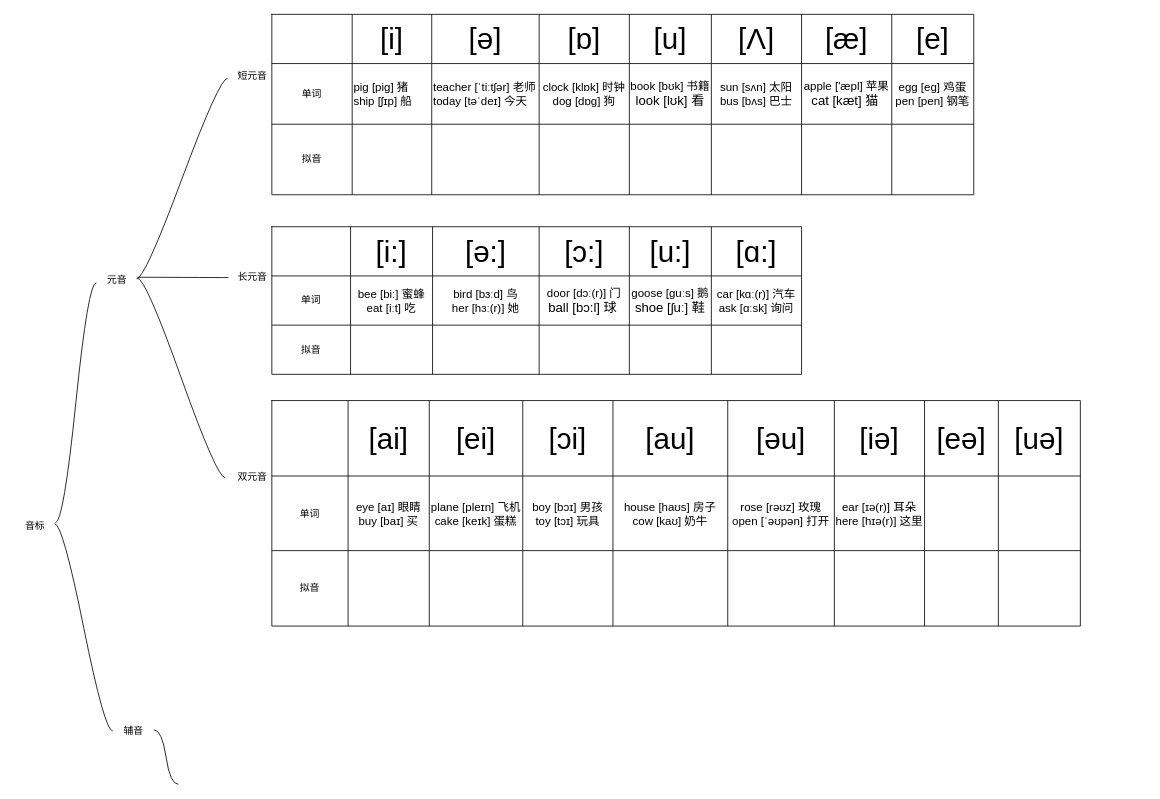
gituserc123/HelloWorld keeps this draw.io diagram as page "第 2 页" (2 of 2) of 未命名表单.drawio. Above is the earlier version. Source tidied: cells renumbered, new cells numbered last; positions are measured from the earlier drawing's top-left corner, leaving out a move shared by most shapes. Both pictures are drawn from the tidied source at 82%, with x=0, y=0 at pixel (14, 14).
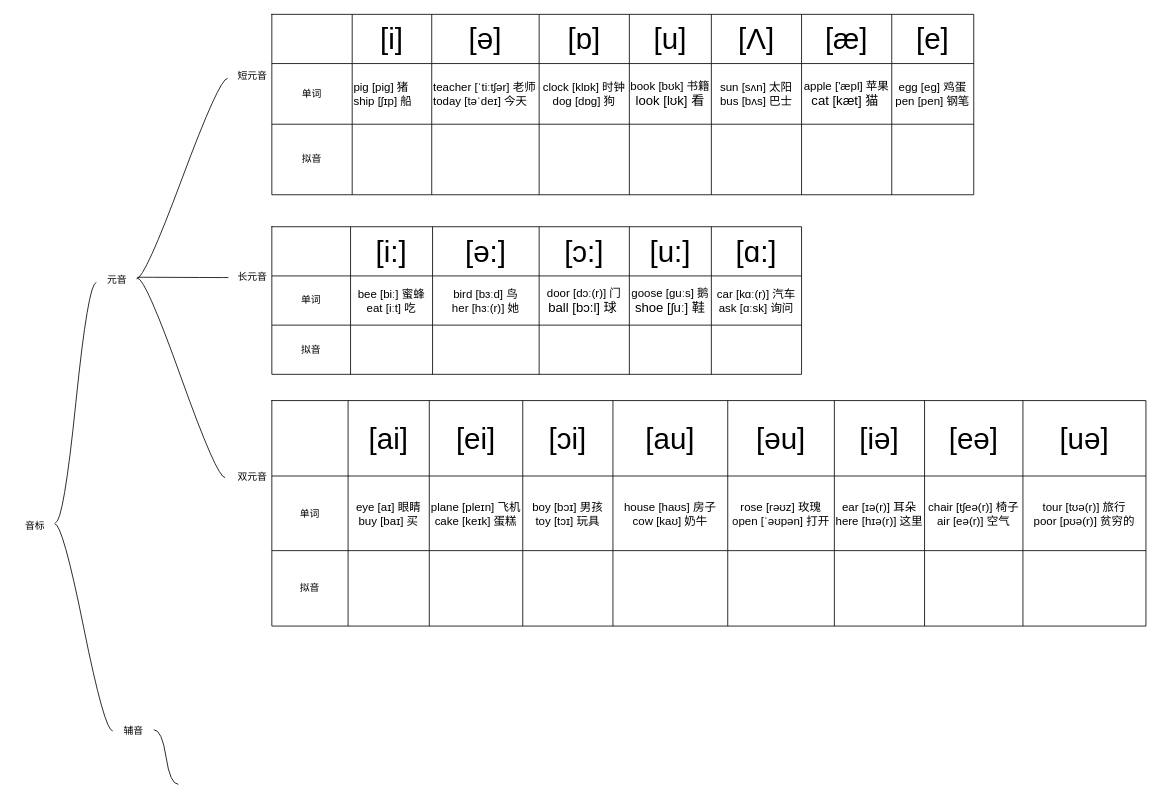
After the change.

Commit message:
更新未命名表单.drawio

What changed in the source:
```diff
@@
     <mxCell id="64" style="shape=table;startSize=0;childLayout=tableLayout;" parent="1" vertex="1">
-      <mxGeometry x="314" y="471" width="986" height="275" as="geometry" />
+      <mxGeometry x="314" y="471" width="1066" height="275" as="geometry" />
     </mxCell>
     <mxCell id="65" style="shape=tableRow;horizontal=0;startSize=0;swimlaneHead=0;swimlaneBody=0;strokeColor=inherit;top=0;left=0;bottom=0;right=0;fillColor=none;" parent="64" vertex="1">
-      <mxGeometry width="986" height="92" as="geometry" />
+      <mxGeometry width="1066" height="92" as="geometry" />
     </mxCell>
@@
     <mxCell id="73" value="&lt;font style=&quot;font-size: 36px;&quot;&gt;[eə]&lt;/font&gt;" style="shape=partialRectangle;html=1;whiteSpace=wrap;strokeColor=inherit;overflow=hidden;fillColor=none;top=0;left=0;bottom=0;right=0;" parent="65" vertex="1">
-      <mxGeometry x="796" width="90" height="92" as="geometry" />
+      <mxGeometry x="796" width="120" height="92" as="geometry" />
     </mxCell>
     <mxCell id="74" value="&lt;font style=&quot;font-size: 36px;&quot;&gt;[uə]&lt;/font&gt;" style="shape=partialRectangle;html=1;whiteSpace=wrap;strokeColor=inherit;overflow=hidden;fillColor=none;top=0;left=0;bottom=0;right=0;" parent="65" vertex="1">
-      <mxGeometry x="886" width="100" height="92" as="geometry" />
+      <mxGeometry x="916" width="150" height="92" as="geometry" />
     </mxCell>
     <mxCell id="75" style="shape=tableRow;horizontal=0;startSize=0;swimlaneHead=0;swimlaneBody=0;strokeColor=inherit;top=0;left=0;bottom=0;right=0;fillColor=none;" parent="64" vertex="1">
-      <mxGeometry y="92" width="986" height="91" as="geometry" />
+      <mxGeometry y="92" width="1066" height="91" as="geometry" />
     </mxCell>
@@
-    <mxCell id="83" style="shape=partialRectangle;html=1;whiteSpace=wrap;strokeColor=inherit;overflow=hidden;fillColor=none;top=0;left=0;bottom=0;right=0;" parent="75" vertex="1">
-      <mxGeometry x="796" width="90" height="91" as="geometry" />
+    <mxCell id="83" value="&lt;div&gt;&lt;font style=&quot;font-size: 14px;&quot;&gt;chair [tʃeə(r)] 椅子&lt;/font&gt;&lt;/div&gt;&lt;div&gt;&lt;font style=&quot;font-size: 14px;&quot;&gt;air [eə(r)] 空气&lt;/font&gt;&lt;/div&gt;" style="shape=partialRectangle;html=1;whiteSpace=wrap;strokeColor=inherit;overflow=hidden;fillColor=none;top=0;left=0;bottom=0;right=0;" parent="75" vertex="1">
+      <mxGeometry x="796" width="120" height="91" as="geometry" />
     </mxCell>
-    <mxCell id="84" style="shape=partialRectangle;html=1;whiteSpace=wrap;strokeColor=inherit;overflow=hidden;fillColor=none;top=0;left=0;bottom=0;right=0;" parent="75" vertex="1">
-      <mxGeometry x="886" width="100" height="91" as="geometry" />
+    <mxCell id="84" value="&lt;div&gt;&lt;font style=&quot;font-size: 14px;&quot;&gt;tour [tʊə(r)] 旅行&lt;/font&gt;&lt;/div&gt;&lt;div&gt;&lt;font style=&quot;font-size: 14px;&quot;&gt;poor [pʊə(r)] 贫穷的&lt;/font&gt;&lt;/div&gt;" style="shape=partialRectangle;html=1;whiteSpace=wrap;strokeColor=inherit;overflow=hidden;fillColor=none;top=0;left=0;bottom=0;right=0;" parent="75" vertex="1">
+      <mxGeometry x="916" width="150" height="91" as="geometry" />
     </mxCell>
     <mxCell id="85" style="shape=tableRow;horizontal=0;startSize=0;swimlaneHead=0;swimlaneBody=0;strokeColor=inherit;top=0;left=0;bottom=0;right=0;fillColor=none;" parent="64" vertex="1">
-      <mxGeometry y="183" width="986" height="92" as="geometry" />
+      <mxGeometry y="183" width="1066" height="92" as="geometry" />
     </mxCell>
@@
     <mxCell id="93" style="shape=partialRectangle;html=1;whiteSpace=wrap;strokeColor=inherit;overflow=hidden;fillColor=none;top=0;left=0;bottom=0;right=0;" parent="85" vertex="1">
-      <mxGeometry x="796" width="90" height="92" as="geometry" />
+      <mxGeometry x="796" width="120" height="92" as="geometry" />
     </mxCell>
     <mxCell id="94" style="shape=partialRectangle;html=1;whiteSpace=wrap;strokeColor=inherit;overflow=hidden;fillColor=none;top=0;left=0;bottom=0;right=0;" parent="85" vertex="1">
-      <mxGeometry x="886" width="100" height="92" as="geometry" />
+      <mxGeometry x="916" width="150" height="92" as="geometry" />
     </mxCell>
```
